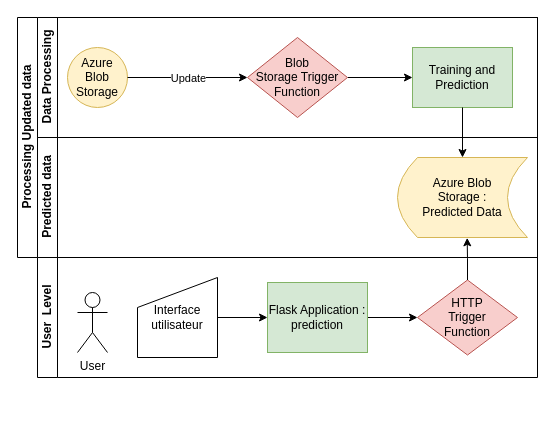
Before: Diagramme sans nom.drawio in myhfc/recommender-system-projet09-azure, a draw.io diagram. Source tidied: cells renumbered, new cells numbered last; positions are measured from the earlier drawing's top-left corner, leaving out a move shared by most shapes. Both pictures are drawn from the tidied source at 100%, with x=0, y=0 at pixel (17, 17).
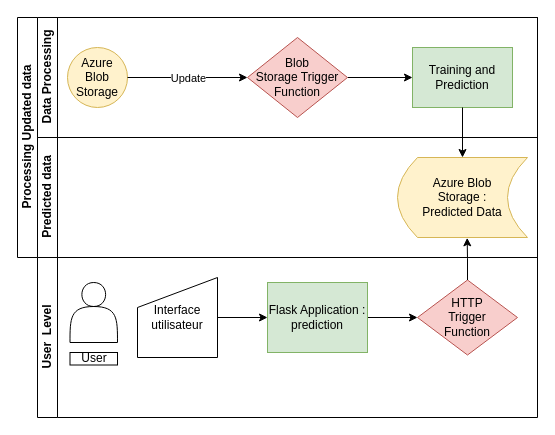
Above is the later version.

Commit message:
Mettre à jour Diagramme sans nom.drawio

The edit, as a diff of the source:
```diff
@@
     <mxCell id="13" value="User&amp;nbsp; Level" style="swimlane;html=1;startSize=20;horizontal=0;" parent="1" vertex="1">
-      <mxGeometry x="20" y="240" width="500" height="120" as="geometry" />
+      <mxGeometry x="20" y="240" width="500" height="160" as="geometry" />
     </mxCell>
@@
-    <mxCell id="17" value="User" style="shape=umlActor;verticalLabelPosition=bottom;verticalAlign=top;html=1;fillColor=default;gradientColor=none;" parent="13" vertex="1">
-      <mxGeometry x="40" y="35" width="30" height="60" as="geometry" />
-    </mxCell>
@@
+    <mxCell id="21" style="shape=actor;whiteSpace=wrap;html=1;fillColor=default;gradientColor=none;" parent="13" vertex="1">
+      <mxGeometry x="32.5" y="25" width="47.5" height="60" as="geometry" />
+    </mxCell>
+    <mxCell id="17" value="User" style="whiteSpace=wrap;html=1;gradientColor=none;" parent="13" vertex="1">
+      <mxGeometry x="32.5" y="95" width="47.5" height="12.5" as="geometry" />
+    </mxCell>
```
